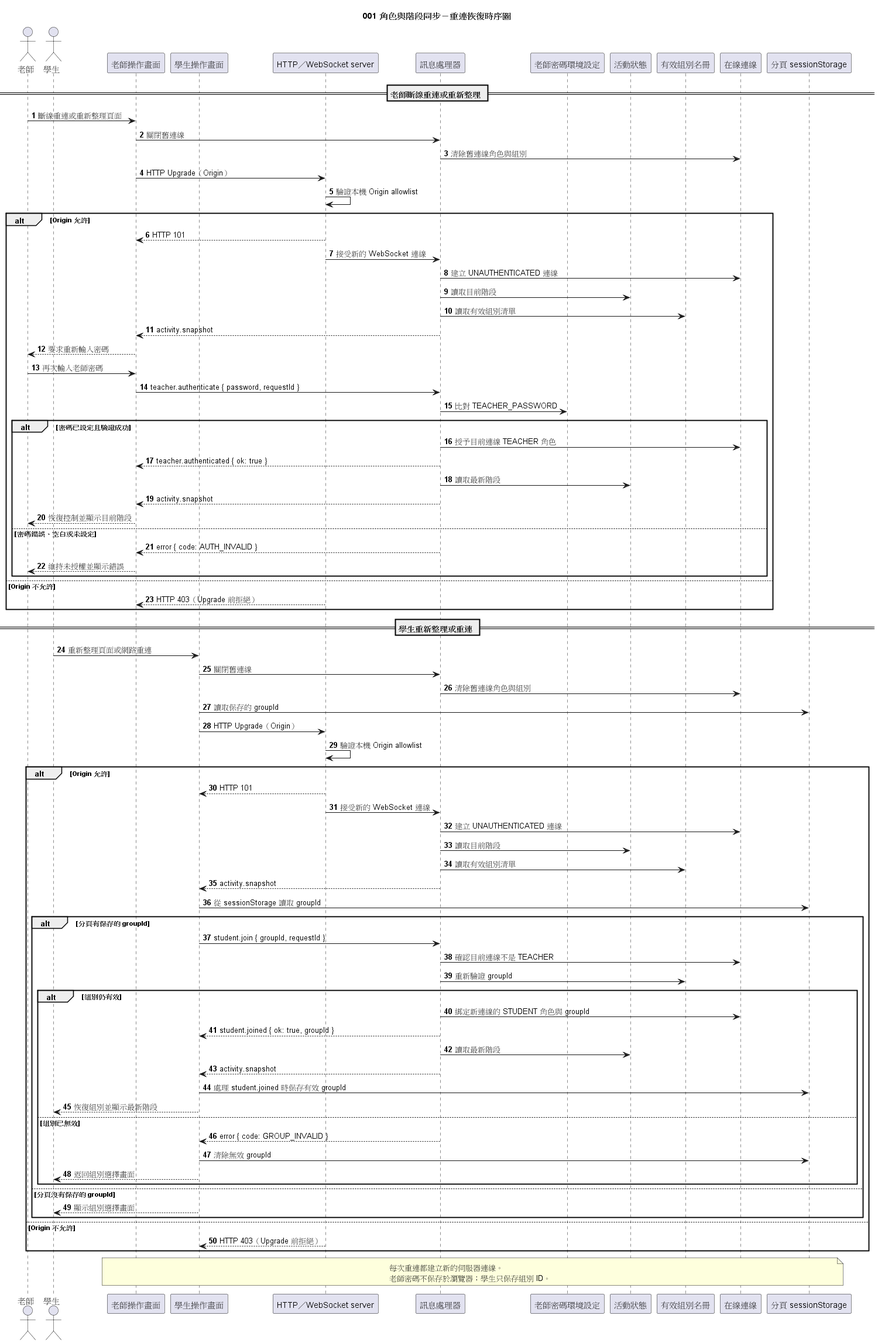
Above: diagrams/001-role-phase-sync-sequence-recovery.png in ncuyvonne/speckit-buzzer (PlantUML), before the change.
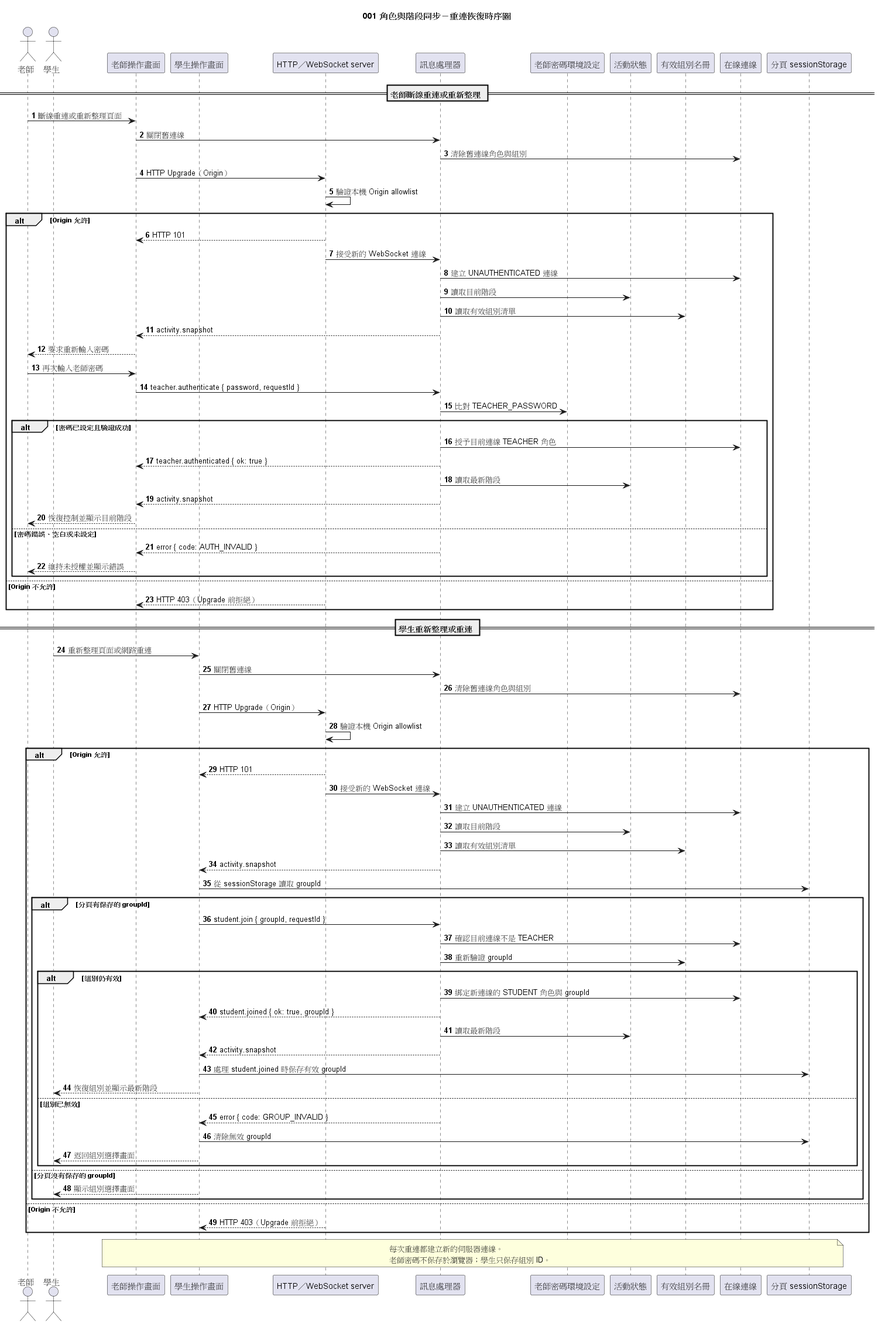
Later version of the same file.

The edit, as a diff of the source:
```diff
@@ -49,7 +49,6 @@
 學生 -> StudentUI : 重新整理頁面或網路重連
 StudentUI -> Handler : 關閉舊連線
 Handler -> Connections : 清除舊連線角色與組別
-StudentUI -> StudentStorage : 讀取保存的 groupId
 StudentUI -> WebSocketServer : HTTP Upgrade（Origin）
 WebSocketServer -> WebSocketServer : 驗證本機 Origin allowlist
 alt Origin 允許
```
